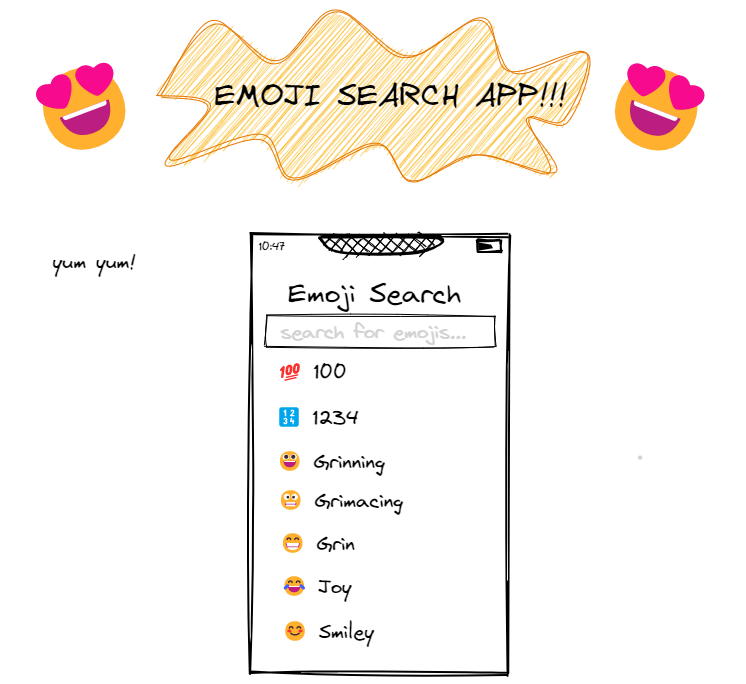
Before: emoji-search.excalidraw.png, a diagram exported from Excalidraw (bprussell/ThoughtworksDemo). Source tidied: one line per element, renumbered; positions are measured from the earlier drawing's top-left corner, leaving out a move shared by most shapes.
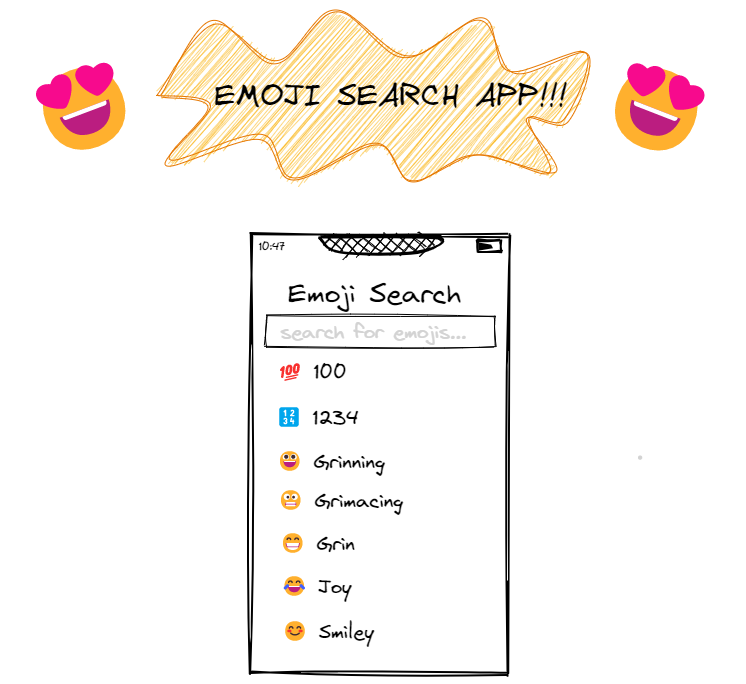
After the change.

Change to the diagram source:
```diff
@@ -18,4 +18,3 @@
 {"id": 17, "type": "text", "text": "EMOJI SEARCH APP!!!", "strokeColor": "black", "strokeWidth": 1, "roughness": 2, "fontSize": 32, "fontFamily": 1, "x": 187, "y": 66, "width": 355, "height": 40}
 {"id": 18, "type": "text", "text": "😍", "strokeColor": "#e67700", "angle": 5.92, "strokeWidth": 1, "roughness": 2, "fontSize": 82.76, "fontFamily": 1, "x": 0, "y": 36, "width": 120, "height": 120}
 {"id": 19, "type": "text", "text": "😍", "strokeColor": "#e67700", "angle": 0.37, "strokeWidth": 1, "roughness": 2, "fontSize": 82.76, "fontFamily": 1, "x": 572, "y": 39, "width": 120, "height": 120}
-{"id": 20, "type": "text", "text": "yum yum!", "strokeColor": "#000000", "strokeWidth": 1, "roughness": 1, "fontSize": 20, "fontFamily": 1, "x": 25, "y": 238, "width": 85, "height": 25}
```
